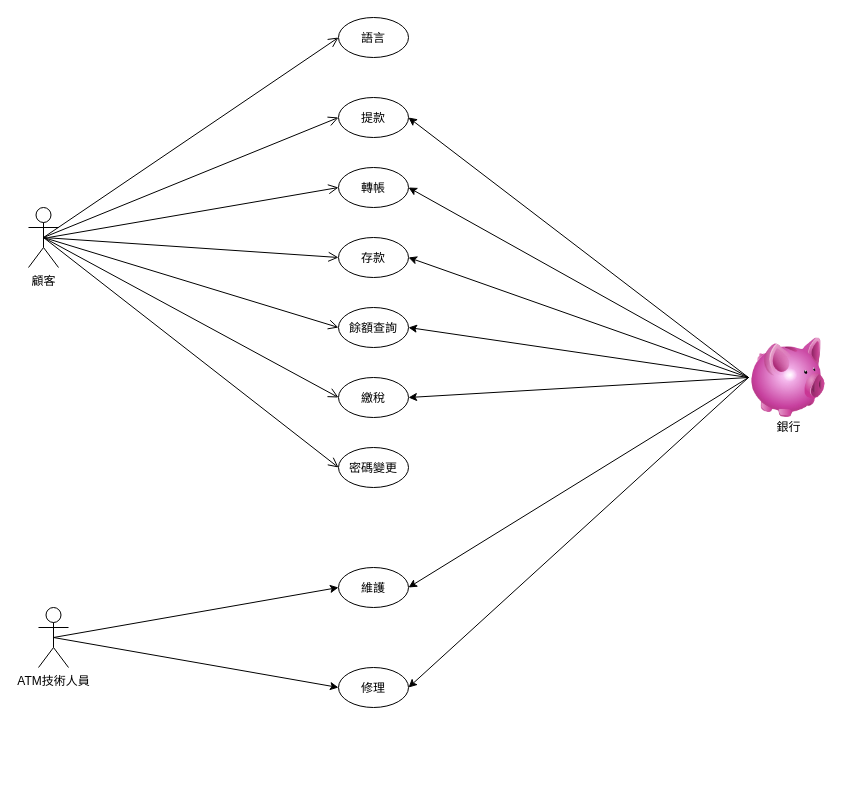
Before: page "第2頁" (1 of 2) of Untitled Diagram.drawio in gueeeen/homework, a draw.io diagram. Source tidied: cells renumbered, new cells numbered last; positions are measured from the earlier drawing's top-left corner, leaving out a move shared by most shapes. Both pictures are drawn from the tidied source at 100%, with x=0, y=0 at pixel (28, 17).
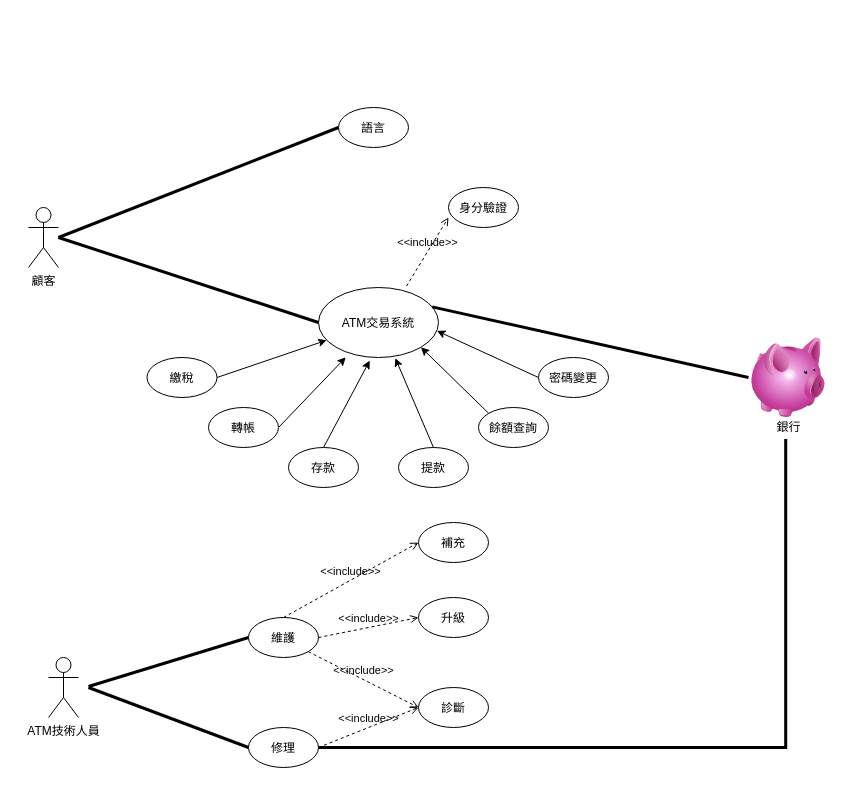
After the change.

Unchanged cells that the change refers to:
```xml
<mxCell id="2" value="顧客" style="shape=umlActor;verticalLabelPosition=bottom;verticalAlign=top;html=1;" parent="1" vertex="1">
  <mxGeometry y="190" width="30" height="60" as="geometry" />
</mxCell>
<mxCell id="13" style="image;html=1;image=img/lib/clip_art/finance/Piggy_Bank_128x128.png;" parent="1" vertex="1">
  <mxGeometry x="720" y="320" width="80" height="80" as="geometry" />
</mxCell>
<mxCell id="14" value="銀行" style="text;html=1;align=center;verticalAlign=middle;points=[];strokeColor=none;fillColor=none;" parent="1" vertex="1">
  <mxGeometry x="740" y="400" width="40" height="20" as="geometry" />
</mxCell>
```

Diff of the diagram source:
```diff
@@
-    <mxCell id="3" style="rounded=0;jettySize=auto;html=1;exitX=0.5;exitY=0.5;exitDx=0;exitDy=0;exitPerimeter=0;entryX=0;entryY=0.5;entryDx=0;entryDy=0;" parent="1" edge="1" source="5" target="22">
-      <mxGeometry relative="1" as="geometry" />
-    </mxCell>
-    <mxCell id="4" style="edgeStyle=none;rounded=0;jettySize=auto;html=1;exitX=0.5;exitY=0.5;exitDx=0;exitDy=0;exitPerimeter=0;entryX=0;entryY=0.5;entryDx=0;entryDy=0;" parent="1" edge="1" source="5" target="23">
-      <mxGeometry relative="1" as="geometry" />
-    </mxCell>
     <mxCell id="5" value="ATM技術人員" style="shape=umlActor;verticalLabelPosition=bottom;verticalAlign=top;html=1;" parent="1" vertex="1">
-      <mxGeometry x="10" y="590" width="30" height="60" as="geometry" />
+      <mxGeometry x="20" y="640" width="30" height="60" as="geometry" />
     </mxCell>
-    <mxCell id="6" style="edgeStyle=none;rounded=0;jettySize=auto;html=1;exitX=0;exitY=0.5;exitDx=0;exitDy=0;entryX=1;entryY=0.5;entryDx=0;entryDy=0;" parent="1" edge="1" source="13" target="15">
-      <mxGeometry relative="1" as="geometry" />
-    </mxCell>
-    <mxCell id="7" style="edgeStyle=none;rounded=0;jettySize=auto;html=1;exitX=0;exitY=0.5;exitDx=0;exitDy=0;entryX=1;entryY=0.5;entryDx=0;entryDy=0;" parent="1" edge="1" source="13" target="18">
-      <mxGeometry relative="1" as="geometry" />
-    </mxCell>
-    <mxCell id="8" style="edgeStyle=none;rounded=0;jettySize=auto;html=1;exitX=0;exitY=0.5;exitDx=0;exitDy=0;entryX=1;entryY=0.5;entryDx=0;entryDy=0;" parent="1" edge="1" source="13" target="16">
-      <mxGeometry relative="1" as="geometry" />
-    </mxCell>
-    <mxCell id="9" style="edgeStyle=none;rounded=0;jettySize=auto;html=1;exitX=0;exitY=0.5;exitDx=0;exitDy=0;entryX=1;entryY=0.5;entryDx=0;entryDy=0;" parent="1" edge="1" source="13" target="17">
-      <mxGeometry relative="1" as="geometry" />
-    </mxCell>
-    <mxCell id="10" style="edgeStyle=none;rounded=0;jettySize=auto;html=1;exitX=0;exitY=0.5;exitDx=0;exitDy=0;entryX=1;entryY=0.5;entryDx=0;entryDy=0;" parent="1" edge="1" source="13" target="20">
-      <mxGeometry relative="1" as="geometry" />
-    </mxCell>
-    <mxCell id="11" style="edgeStyle=none;rounded=0;jettySize=auto;html=1;exitX=0;exitY=0.5;exitDx=0;exitDy=0;entryX=1;entryY=0.5;entryDx=0;entryDy=0;" parent="1" edge="1" source="13" target="22">
-      <mxGeometry relative="1" as="geometry" />
-    </mxCell>
-    <mxCell id="12" style="edgeStyle=none;rounded=0;jettySize=auto;html=1;exitX=0;exitY=0.5;exitDx=0;exitDy=0;entryX=1;entryY=0.5;entryDx=0;entryDy=0;" parent="1" edge="1" source="13" target="23">
-      <mxGeometry relative="1" as="geometry" />
-    </mxCell>
@@
+    <mxCell id="31" style="edgeStyle=none;rounded=0;jettySize=auto;html=1;exitX=0.5;exitY=0;exitDx=0;exitDy=0;entryX=0.64;entryY=1.009;entryDx=0;entryDy=0;entryPerimeter=0;" parent="1" edge="1" source="15" target="37">
+      <mxGeometry relative="1" as="geometry" />
+    </mxCell>
     <mxCell id="15" value="提款" style="ellipse;" parent="1" vertex="1">
-      <mxGeometry x="310" y="80" width="70" height="40" as="geometry" />
+      <mxGeometry x="370" y="430" width="70" height="40" as="geometry" />
     </mxCell>
+    <mxCell id="32" style="edgeStyle=none;rounded=0;jettySize=auto;html=1;exitX=0.5;exitY=0;exitDx=0;exitDy=0;entryX=0.427;entryY=1.043;entryDx=0;entryDy=0;entryPerimeter=0;" parent="1" edge="1" source="16" target="37">
+      <mxGeometry relative="1" as="geometry" />
+    </mxCell>
     <mxCell id="16" value="存款" style="ellipse;" parent="1" vertex="1">
-      <mxGeometry x="310" y="220" width="70" height="40" as="geometry" />
+      <mxGeometry x="260" y="430" width="70" height="40" as="geometry" />
     </mxCell>
+    <mxCell id="33" style="edgeStyle=none;rounded=0;jettySize=auto;html=1;exitX=0;exitY=0;exitDx=0;exitDy=0;entryX=1;entryY=1;entryDx=0;entryDy=0;" parent="1" edge="1" source="17" target="37">
+      <mxGeometry relative="1" as="geometry" />
+    </mxCell>
     <mxCell id="17" value="餘額查詢" style="ellipse;" parent="1" vertex="1">
-      <mxGeometry x="310" y="290" width="70" height="40" as="geometry" />
+      <mxGeometry x="450" y="390" width="70" height="40" as="geometry" />
     </mxCell>
+    <mxCell id="34" style="edgeStyle=none;rounded=0;jettySize=auto;html=1;exitX=1;exitY=0.5;exitDx=0;exitDy=0;entryX=0.227;entryY=0.997;entryDx=0;entryDy=0;entryPerimeter=0;" parent="1" edge="1" source="18" target="37">
+      <mxGeometry relative="1" as="geometry" />
+    </mxCell>
     <mxCell id="18" value="轉帳" style="ellipse;" parent="1" vertex="1">
-      <mxGeometry x="310" y="150" width="70" height="40" as="geometry" />
+      <mxGeometry x="180" y="390" width="70" height="40" as="geometry" />
     </mxCell>
+    <mxCell id="35" style="edgeStyle=none;rounded=0;jettySize=auto;html=1;exitX=0;exitY=0.5;exitDx=0;exitDy=0;entryX=0.987;entryY=0.62;entryDx=0;entryDy=0;entryPerimeter=0;" parent="1" edge="1" source="19" target="37">
+      <mxGeometry relative="1" as="geometry" />
+    </mxCell>
     <mxCell id="19" value="密碼變更" style="ellipse;" parent="1" vertex="1">
-      <mxGeometry x="310" y="430" width="70" height="40" as="geometry" />
+      <mxGeometry x="510" y="340" width="70" height="40" as="geometry" />
     </mxCell>
+    <mxCell id="36" style="edgeStyle=none;rounded=0;jettySize=auto;html=1;exitX=1;exitY=0.5;exitDx=0;exitDy=0;" parent="1" edge="1" source="20" target="37">
+      <mxGeometry relative="1" as="geometry" />
+    </mxCell>
     <mxCell id="20" value="繳稅" style="ellipse;" parent="1" vertex="1">
-      <mxGeometry x="310" y="360" width="70" height="40" as="geometry" />
+      <mxGeometry x="118.5" y="340" width="70" height="40" as="geometry" />
     </mxCell>
     <mxCell id="21" value="語言" style="ellipse;" parent="1" vertex="1">
-      <mxGeometry x="310" width="70" height="40" as="geometry" />
+      <mxGeometry x="310" y="90" width="70" height="40" as="geometry" />
     </mxCell>
     <mxCell id="22" value="維護" style="ellipse;" parent="1" vertex="1">
-      <mxGeometry x="310" y="550" width="70" height="40" as="geometry" />
+      <mxGeometry x="220" y="600" width="70" height="40" as="geometry" />
     </mxCell>
     <mxCell id="23" value="修理" style="ellipse;" parent="1" vertex="1">
-      <mxGeometry x="310" y="650" width="70" height="40" as="geometry" />
+      <mxGeometry x="220" y="710" width="70" height="40" as="geometry" />
     </mxCell>
-    <mxCell id="24" style="endArrow=open;startArrow=none;endFill=0;startFill=0;endSize=8;html=1;verticalAlign=bottom;labelBackgroundColor=none;strokeWidth=1;rounded=0;entryX=0;entryY=0.5;entryDx=0;entryDy=0;exitX=0.5;exitY=0.5;exitDx=0;exitDy=0;exitPerimeter=0;" parent="1" edge="1" source="2" target="21">
-      <mxGeometry relative="1" as="geometry" />
-    </mxCell>
-    <mxCell id="25" style="endArrow=open;startArrow=none;endFill=0;startFill=0;endSize=8;html=1;verticalAlign=bottom;labelBackgroundColor=none;strokeWidth=1;rounded=0;exitX=0.5;exitY=0.5;exitDx=0;exitDy=0;exitPerimeter=0;entryX=0;entryY=0.5;entryDx=0;entryDy=0;" parent="1" edge="1" source="2" target="15">
-      <mxGeometry relative="1" as="geometry" />
-    </mxCell>
-    <mxCell id="26" style="endArrow=open;startArrow=none;endFill=0;startFill=0;endSize=8;html=1;verticalAlign=bottom;labelBackgroundColor=none;strokeWidth=1;rounded=0;entryX=0;entryY=0.5;entryDx=0;entryDy=0;" parent="1" edge="1" target="18">
-      <mxGeometry relative="1" as="geometry">
-        <mxPoint x="20" y="220" as="sourcePoint" />
-      </mxGeometry>
-    </mxCell>
-    <mxCell id="27" style="endArrow=open;startArrow=none;endFill=0;startFill=0;endSize=8;html=1;verticalAlign=bottom;labelBackgroundColor=none;strokeWidth=1;rounded=0;exitX=0.5;exitY=0.5;exitDx=0;exitDy=0;exitPerimeter=0;entryX=0;entryY=0.5;entryDx=0;entryDy=0;" parent="1" edge="1" source="2" target="16">
-      <mxGeometry relative="1" as="geometry" />
-    </mxCell>
-    <mxCell id="28" style="endArrow=open;startArrow=none;endFill=0;startFill=0;endSize=8;html=1;verticalAlign=bottom;labelBackgroundColor=none;strokeWidth=1;rounded=0;exitX=0.5;exitY=0.5;exitDx=0;exitDy=0;exitPerimeter=0;entryX=0;entryY=0.5;entryDx=0;entryDy=0;" parent="1" edge="1" source="2" target="17">
-      <mxGeometry relative="1" as="geometry" />
-    </mxCell>
-    <mxCell id="29" style="endArrow=open;startArrow=none;endFill=0;startFill=0;endSize=8;html=1;verticalAlign=bottom;labelBackgroundColor=none;strokeWidth=1;rounded=0;exitX=0.5;exitY=0.5;exitDx=0;exitDy=0;exitPerimeter=0;entryX=0;entryY=0.5;entryDx=0;entryDy=0;" parent="1" edge="1" source="2" target="20">
-      <mxGeometry relative="1" as="geometry" />
-    </mxCell>
-    <mxCell id="30" style="endArrow=open;startArrow=none;endFill=0;startFill=0;endSize=8;html=1;verticalAlign=bottom;labelBackgroundColor=none;strokeWidth=1;rounded=0;exitX=0.5;exitY=0.5;exitDx=0;exitDy=0;exitPerimeter=0;entryX=0;entryY=0.5;entryDx=0;entryDy=0;" parent="1" edge="1" source="2" target="19">
-      <mxGeometry relative="1" as="geometry" />
-    </mxCell>
+    <mxCell id="37" value="ATM交易系統" style="ellipse;" parent="1" vertex="1">
+      <mxGeometry x="290" y="270" width="120" height="70" as="geometry" />
+    </mxCell>
+    <mxCell id="38" style="endArrow=none;startArrow=none;endFill=0;startFill=0;endSize=8;html=1;verticalAlign=bottom;labelBackgroundColor=none;strokeWidth=3;rounded=0;entryX=0;entryY=0.5;entryDx=0;entryDy=0;" parent="1" edge="1" target="21">
+      <mxGeometry relative="1" as="geometry">
+        <mxPoint x="30" y="220" as="sourcePoint" />
+      </mxGeometry>
+    </mxCell>
+    <mxCell id="39" style="endArrow=none;startArrow=none;endFill=0;startFill=0;endSize=8;html=1;verticalAlign=bottom;labelBackgroundColor=none;strokeWidth=3;rounded=0;entryX=0;entryY=0.5;entryDx=0;entryDy=0;" parent="1" edge="1" target="37">
+      <mxGeometry relative="1" as="geometry">
+        <mxPoint x="30" y="220" as="sourcePoint" />
+      </mxGeometry>
+    </mxCell>
+    <mxCell id="40" style="edgeStyle=none;rounded=0;orthogonalLoop=1;jettySize=auto;html=1;entryX=0;entryY=0.5;entryDx=0;entryDy=0;" parent="1" edge="1" source="37" target="37">
+      <mxGeometry relative="1" as="geometry" />
+    </mxCell>
+    <mxCell id="41" style="edgeStyle=none;rounded=0;orthogonalLoop=1;jettySize=auto;html=1;entryX=0;entryY=0.5;entryDx=0;entryDy=0;" parent="1" edge="1" source="37" target="37">
+      <mxGeometry relative="1" as="geometry" />
+    </mxCell>
+    <mxCell id="42" style="endArrow=none;startArrow=none;endFill=0;startFill=0;endSize=8;html=1;verticalAlign=bottom;labelBackgroundColor=none;strokeWidth=3;rounded=0;entryX=0;entryY=0.5;entryDx=0;entryDy=0;exitX=0.947;exitY=0.277;exitDx=0;exitDy=0;exitPerimeter=0;" parent="1" edge="1" source="37" target="13">
+      <mxGeometry relative="1" as="geometry" />
+    </mxCell>
+    <mxCell id="43" value="身分驗證" style="ellipse;" parent="1" vertex="1">
+      <mxGeometry x="420" y="170" width="70" height="40" as="geometry" />
+    </mxCell>
+    <mxCell id="44" value="&amp;lt;&amp;lt;include&amp;gt;&amp;gt;" style="html=1;verticalAlign=bottom;labelBackgroundColor=none;endArrow=open;endFill=0;dashed=1;rounded=0;entryX=0;entryY=0.75;entryDx=0;entryDy=0;entryPerimeter=0;exitX=0.733;exitY=-0.02;exitDx=0;exitDy=0;exitPerimeter=0;" parent="1" edge="1" source="37" target="43">
+      <mxGeometry relative="1" as="geometry" />
+    </mxCell>
+    <mxCell id="45" value="升級" style="ellipse;" parent="1" vertex="1">
+      <mxGeometry x="390" y="580" width="70" height="40" as="geometry" />
+    </mxCell>
+    <mxCell id="46" value="診斷" style="ellipse;" parent="1" vertex="1">
+      <mxGeometry x="390" y="670" width="70" height="40" as="geometry" />
+    </mxCell>
+    <mxCell id="47" value="補充" style="ellipse;" parent="1" vertex="1">
+      <mxGeometry x="390" y="505" width="70" height="40" as="geometry" />
+    </mxCell>
+    <mxCell id="48" style="endArrow=none;startArrow=none;endFill=0;startFill=0;endSize=8;html=1;verticalAlign=bottom;labelBackgroundColor=none;strokeWidth=3;rounded=0;entryX=0;entryY=0.5;entryDx=0;entryDy=0;" parent="1" edge="1" target="22">
+      <mxGeometry relative="1" as="geometry">
+        <mxPoint x="60" y="669" as="sourcePoint" />
+      </mxGeometry>
+    </mxCell>
+    <mxCell id="49" style="endArrow=none;startArrow=none;endFill=0;startFill=0;endSize=8;html=1;verticalAlign=bottom;labelBackgroundColor=none;strokeWidth=3;rounded=0;entryX=0;entryY=0.5;entryDx=0;entryDy=0;" parent="1" edge="1" target="23">
+      <mxGeometry relative="1" as="geometry">
+        <mxPoint x="60" y="670" as="sourcePoint" />
+      </mxGeometry>
+    </mxCell>
+    <mxCell id="50" value="&amp;lt;&amp;lt;include&amp;gt;&amp;gt;" style="html=1;verticalAlign=bottom;labelBackgroundColor=none;endArrow=open;endFill=0;dashed=1;rounded=0;entryX=0;entryY=0.5;entryDx=0;entryDy=0;exitX=0.5;exitY=0;exitDx=0;exitDy=0;" parent="1" edge="1" source="22" target="47">
+      <mxGeometry relative="1" as="geometry" />
+    </mxCell>
+    <mxCell id="51" value="&amp;lt;&amp;lt;include&amp;gt;&amp;gt;" style="html=1;verticalAlign=bottom;labelBackgroundColor=none;endArrow=open;endFill=0;dashed=1;rounded=0;entryX=0;entryY=0.5;entryDx=0;entryDy=0;exitX=1;exitY=0.5;exitDx=0;exitDy=0;" parent="1" edge="1" source="22" target="45">
+      <mxGeometry relative="1" as="geometry" />
+    </mxCell>
+    <mxCell id="52" value="&amp;lt;&amp;lt;include&amp;gt;&amp;gt;" style="html=1;verticalAlign=bottom;labelBackgroundColor=none;endArrow=open;endFill=0;dashed=1;rounded=0;exitX=1;exitY=1;exitDx=0;exitDy=0;entryX=0;entryY=0.5;entryDx=0;entryDy=0;" parent="1" edge="1" source="22" target="46">
+      <mxGeometry relative="1" as="geometry" />
+    </mxCell>
+    <mxCell id="53" value="&amp;lt;&amp;lt;include&amp;gt;&amp;gt;" style="html=1;verticalAlign=bottom;labelBackgroundColor=none;endArrow=open;endFill=0;dashed=1;rounded=0;exitX=1;exitY=0.5;exitDx=0;exitDy=0;entryX=0;entryY=0.5;entryDx=0;entryDy=0;" parent="1" edge="1" source="23" target="46">
+      <mxGeometry relative="1" as="geometry" />
+    </mxCell>
+    <mxCell id="54" style="endArrow=none;startArrow=none;endFill=0;startFill=0;endSize=8;html=1;verticalAlign=bottom;labelBackgroundColor=none;strokeWidth=3;rounded=0;edgeStyle=orthogonalEdgeStyle;exitX=1;exitY=0.5;exitDx=0;exitDy=0;entryX=0.43;entryY=1.07;entryDx=0;entryDy=0;entryPerimeter=0;" parent="1" edge="1" source="23" target="14">
+      <mxGeometry relative="1" as="geometry" />
+    </mxCell>
```
